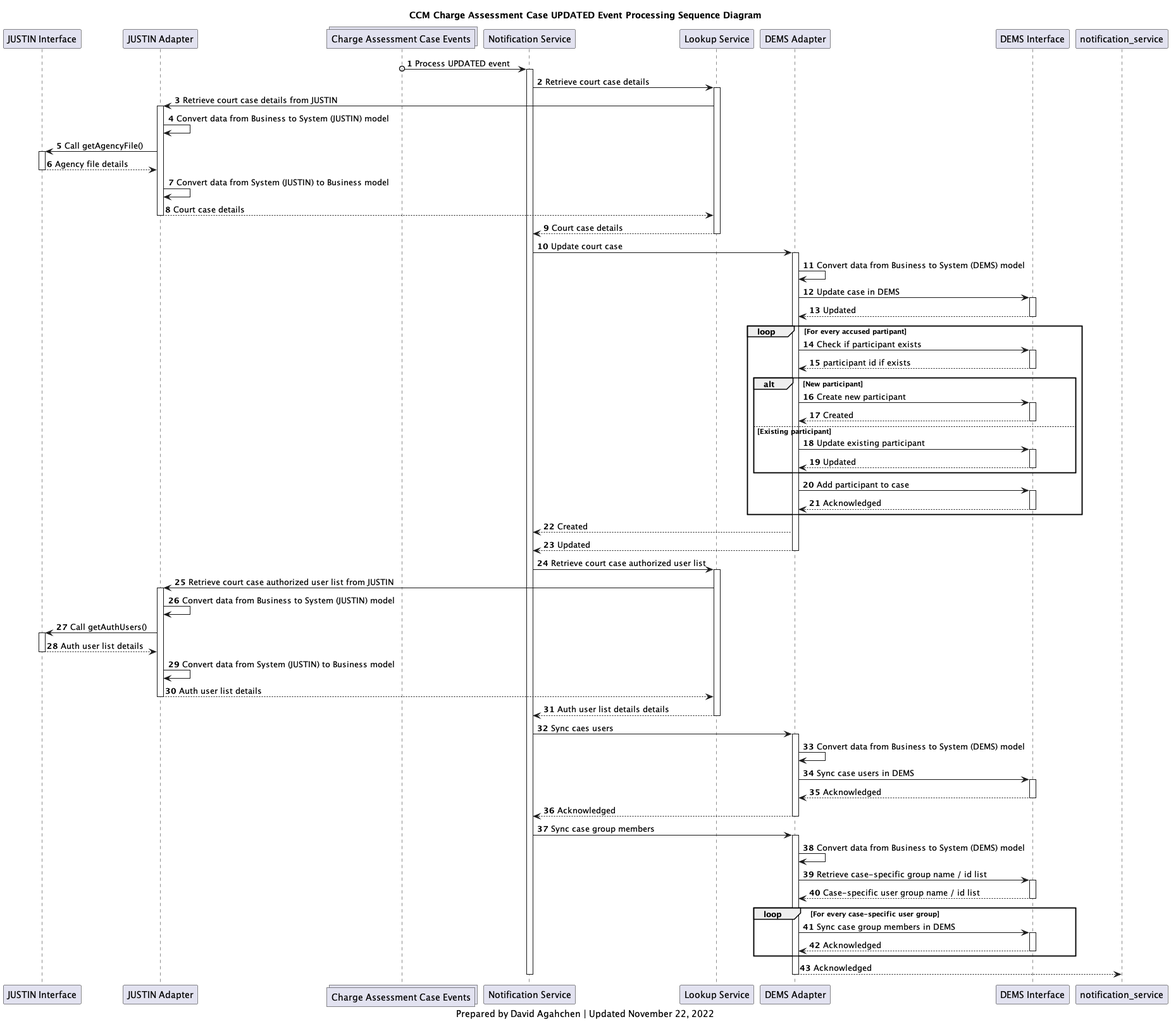
Earlier version of the PlantUML export diagrams/img/ccm_charge_assessment_case_updated_processing_sequence_diagram.png (bcgov/jpss-jade-ccm).
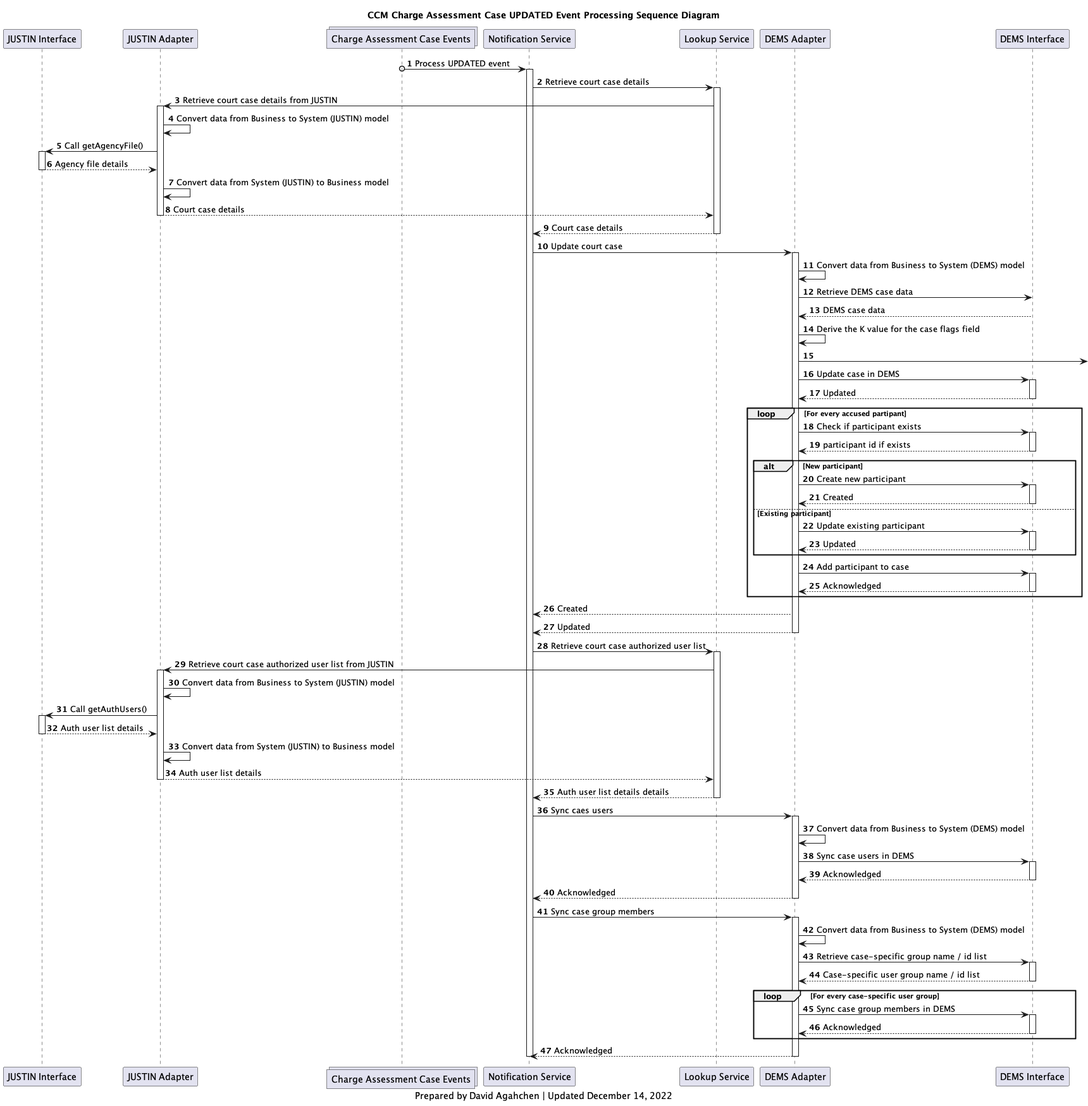
The same diagram one commit later.

Commit message:
JADE-1927 sequence diagram updates

The edit, as a diff of the source:
```diff
@@ -2,8 +2,8 @@
 participant j_interface as "JUSTIN Interface"
 participant j_adapter as "JUSTIN Adapter"
 collections court_cases_topic as "Charge Assessment Case Events"
-participant case_notification_service as "Notification Service"
-participant case_lookup_service as "Lookup Service"
+participant notification_service as "Notification Service"
+participant lookup_service as "Lookup Service"
 participant d_adapter as "DEMS Adapter"
 participant d_interface as "DEMS Interface"
 
@@ -13,11 +13,11 @@
 
 autonumber
 
-court_cases_topic o-> case_notification_service : Process UPDATED event
-activate case_notification_service
-case_notification_service -> case_lookup_service: Retrieve court case details
-activate case_lookup_service
-case_lookup_service -> j_adapter: Retrieve court case details from JUSTIN
+court_cases_topic o-> notification_service : Process UPDATED event
+activate notification_service
+notification_service -> lookup_service: Retrieve court case details
+activate lookup_service
+lookup_service -> j_adapter: Retrieve court case details from JUSTIN
 
 activate j_adapter
 j_adapter -> j_adapter: Convert data from Business to System (JUSTIN) model
@@ -26,15 +26,19 @@
 j_interface --> j_adapter: Agency file details
 deactivate j_interface
 j_adapter -> j_adapter: Convert data from System (JUSTIN) to Business model
-j_adapter --> case_lookup_service: Court case details
+j_adapter --> lookup_service: Court case details
 deactivate j_adapter
 
-case_lookup_service --> case_notification_service: Court case details
-deactivate case_lookup_service
-case_notification_service -> d_adapter: Update court case
+lookup_service --> notification_service: Court case details
+deactivate lookup_service
+notification_service -> d_adapter: Update court case
 
 activate d_adapter
 d_adapter -> d_adapter: Convert data from Business to System (DEMS) model
+d_adapter -> d_interface: Retrieve DEMS case data
+d_interface --> d_adapter: DEMS case data
+d_adapter -> d_adapter: Derive the K value for the case flags field
+d_adapter ->
 d_adapter -> d_interface: Update case in DEMS
 activate d_interface
 d_interface --> d_adapter: Updated
@@ -62,14 +66,14 @@
     deactivate d_interface
 end
 
-d_adapter --> case_notification_service: Created
+d_adapter --> notification_service: Created
 
-d_adapter --> case_notification_service: Updated
+d_adapter --> notification_service: Updated
 deactivate d_adapter
 
-case_notification_service -> case_lookup_service: Retrieve court case authorized user list
-activate case_lookup_service
-case_lookup_service -> j_adapter: Retrieve court case authorized user list from JUSTIN
+notification_service -> lookup_service: Retrieve court case authorized user list
+activate lookup_service
+lookup_service -> j_adapter: Retrieve court case authorized user list from JUSTIN
 
 activate j_adapter
 j_adapter -> j_adapter: Convert data from Business to System (JUSTIN) model
@@ -78,13 +82,13 @@
 j_interface --> j_adapter: Auth user list details
 deactivate j_interface
 j_adapter -> j_adapter: Convert data from System (JUSTIN) to Business model
-j_adapter --> case_lookup_service: Auth user list details
+j_adapter --> lookup_service: Auth user list details
 deactivate j_adapter
 
-case_lookup_service --> case_notification_service: Auth user list details details
-deactivate case_lookup_service
+lookup_service --> notification_service: Auth user list details details
+deactivate lookup_service
 
-case_notification_service -> d_adapter: Sync caes users
+notification_service -> d_adapter: Sync caes users
 activate d_adapter
 d_adapter -> d_adapter: Convert data from Business to System (DEMS) model
 d_adapter -> d_interface: Sync case users in DEMS
@@ -92,10 +96,10 @@
 d_interface --> d_adapter: Acknowledged
 deactivate d_interface
 
-d_adapter --> case_notification_service: Acknowledged
+d_adapter --> notification_service: Acknowledged
 deactivate d_adapter
 
-case_notification_service -> d_adapter: Sync case group members
+notification_service -> d_adapter: Sync case group members
 activate d_adapter
 d_adapter -> d_adapter: Convert data from Business to System (DEMS) model
 d_adapter -> d_interface: Retrieve case-specific group name / id list
@@ -111,9 +115,9 @@
 d_adapter --> notification_service: Acknowledged
 deactivate d_adapter
 
-deactivate case_notification_service
+deactivate notification_service
 
 caption
-Prepared by David Agahchen | Updated November 22, 2022
+Prepared by David Agahchen | Updated December 14, 2022
 end caption
 @enduml
```
